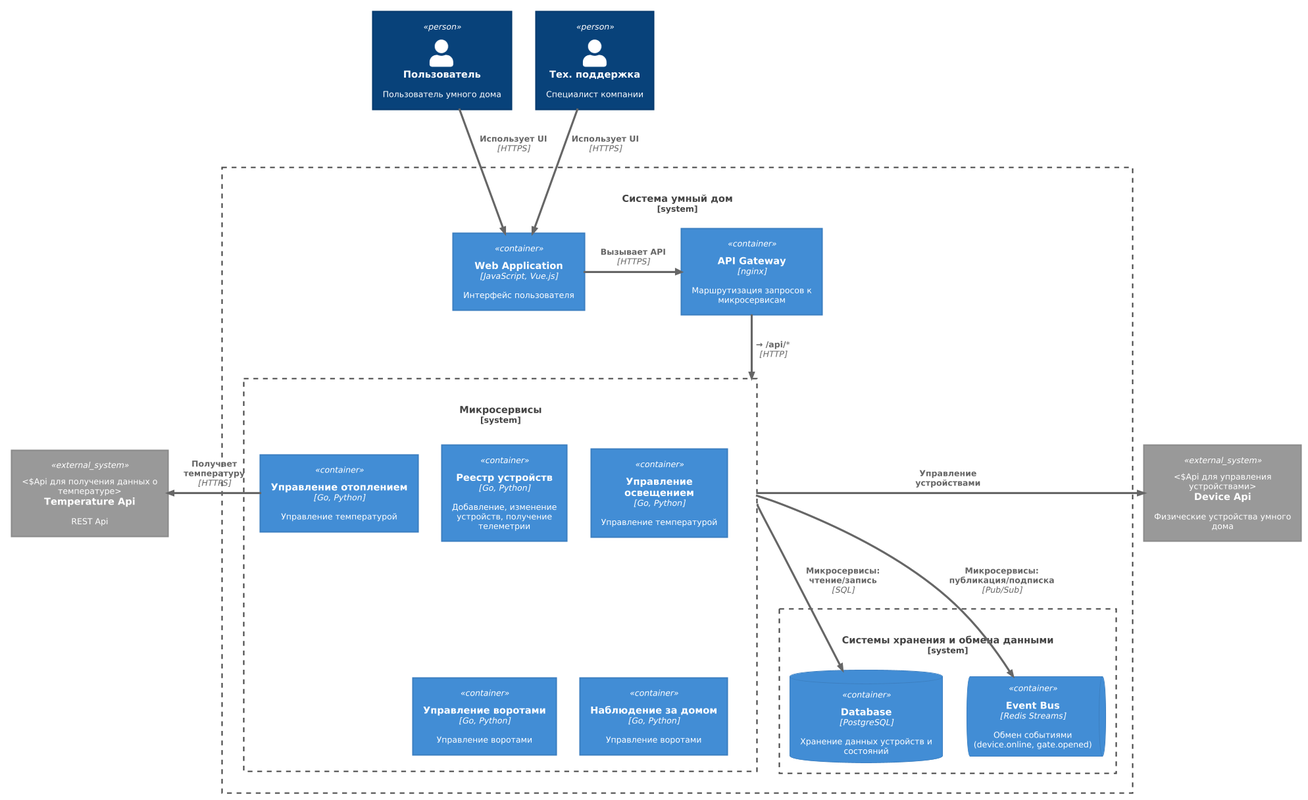
AlexDmitriev/architecture-pro-warmhouse keeps this PlantUML diagram as diagrams/out/container/microservices.png. Above is the earlier version.
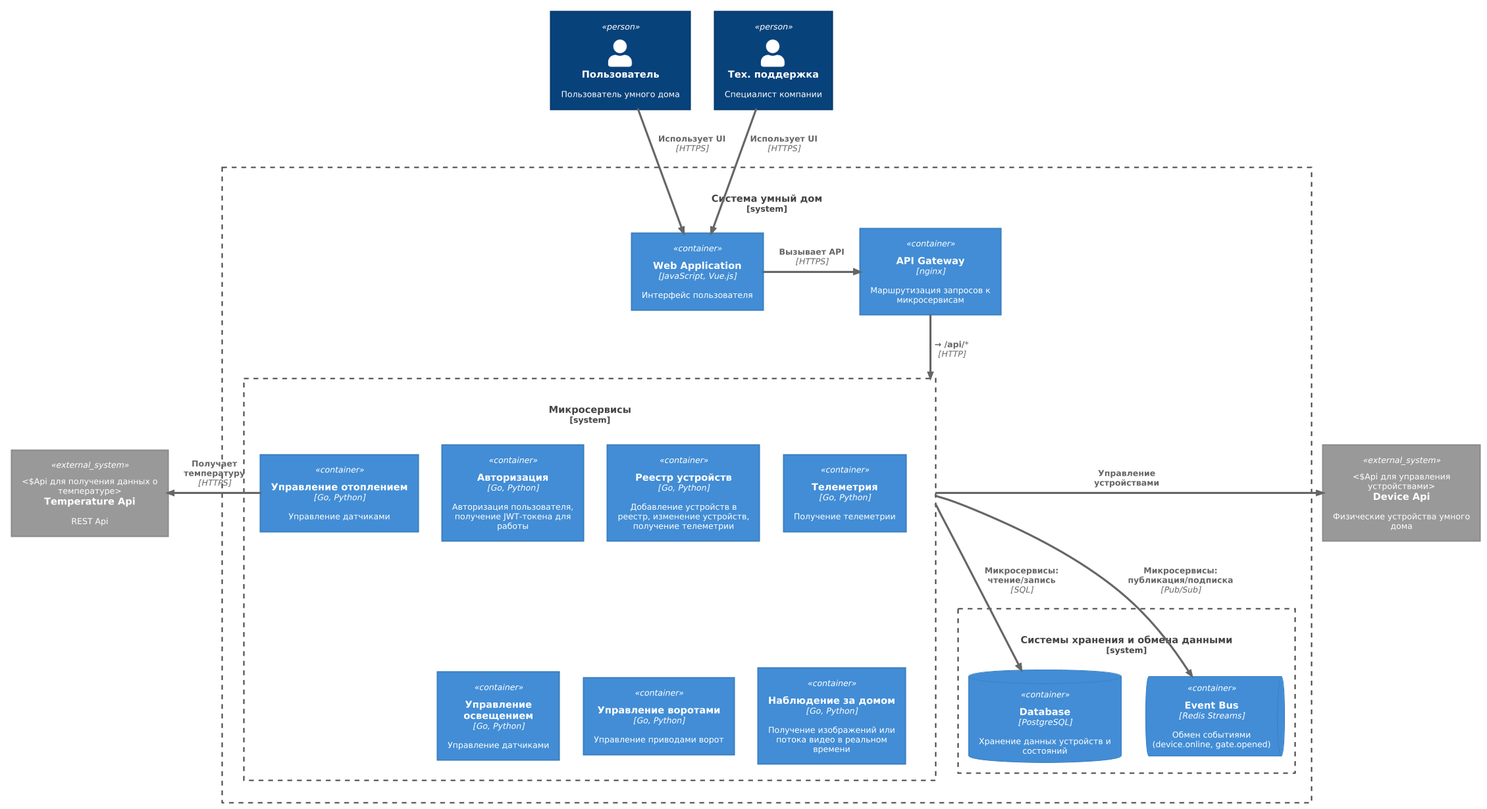
Above is the later version.

The edit, as a diff of the source:
```diff
@@ -13,11 +13,13 @@
     Container(apiGateway, "API Gateway", "nginx", "Маршрутизация запросов к микросервисам")
 
     System_Boundary(c1, "Микросервисы") {
-        Container(deviceRegistry, "Реестр устройств", "Go, Python", "Добавление, изменение устройств, получение телеметрии")
-        Container(heatingControl, "Управление отоплением", "Go, Python", "Управление температурой")
-        Container(lightingControl, "Управление освещением", "Go, Python", "Управление температурой")
-        Container(gatesControl, "Управление воротами", "Go, Python", "Управление воротами")
-        Container(homeMonitoring, "Наблюдение за домом", "Go, Python", "Управление воротами")
+        Container(auth, "Авторизация", "Go, Python", "Авторизация пользователя, получение JWT-токена для работы")
+        Container(deviceRegistry, "Реестр устройств", "Go, Python", "Добавление устройств в реестр, изменение устройств, получение телеметрии")
+        Container(telemetry, "Телеметрия", "Go, Python", "Получение телеметрии")
+        Container(heatingControl, "Управление отоплением", "Go, Python", "Управление датчиками")
+        Container(lightingControl, "Управление освещением", "Go, Python", "Управление датчиками")
+        Container(gatesControl, "Управление воротами", "Go, Python", "Управление приводами ворот")
+        Container(homeMonitoring, "Наблюдение за домом", "Go, Python", "Получение изображений или потока видео в реальном времени")
     }
 
     System_Boundary(c2, "Системы хранения и обмена данными") {
```
